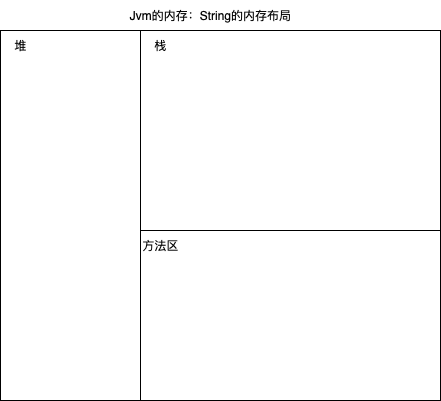
Before: drawio/StringMemory.png, a diagram exported from draw.io (Stolorzs/Picgo). Source tidied: cells renumbered, new cells last; positions are measured from the earlier drawing's top-left corner, leaving out a move shared by most shapes.
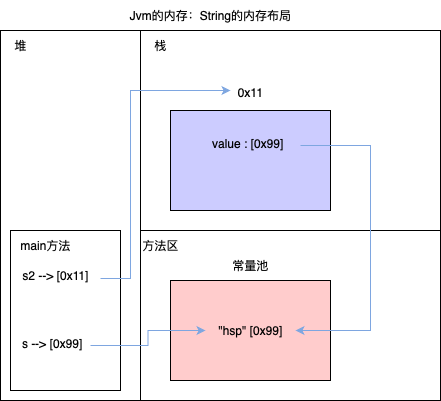
After the commit.

What changed in the source:
```diff
@@ -23,5 +23,55 @@
     <mxCell id="8" value="方法区" style="text;html=1;align=center;verticalAlign=middle;strokeColor=none;fillColor=none;" parent="1" vertex="1">
       <mxGeometry x="130" y="230" width="60" height="30" as="geometry" />
     </mxCell>
+    <mxCell id="9" style="rounded=0;whiteSpace=wrap;html=1;shadow=0;fillColor=#CCCCFF;" parent="1" vertex="1">
+      <mxGeometry x="170" y="110" width="160" height="100" as="geometry" />
+    </mxCell>
+    <mxCell id="10" style="rounded=0;whiteSpace=wrap;html=1;shadow=0;fillColor=#FFCCCC;" parent="1" vertex="1">
+      <mxGeometry x="170" y="280" width="160" height="100" as="geometry" />
+    </mxCell>
+    <mxCell id="11" value="0x11" style="text;html=1;align=center;verticalAlign=middle;strokeColor=none;fillColor=none;" parent="1" vertex="1">
+      <mxGeometry x="225" y="77" width="50" height="30" as="geometry" />
+    </mxCell>
+    <mxCell id="12" value="&lt;div style=&quot;caret-color: rgb(0, 0, 0); color: rgb(0, 0, 0); font-family: Helvetica; font-size: 12px; font-style: normal; font-variant-caps: normal; font-weight: 400; letter-spacing: normal; orphans: auto; text-align: center; text-indent: 0px; text-transform: none; white-space: nowrap; widows: auto; word-spacing: 0px; -webkit-text-stroke-width: 0px; text-decoration: none;&quot;&gt;&lt;br&gt;&lt;/div&gt;" style="rounded=0;whiteSpace=wrap;html=1;" parent="1" vertex="1">
+      <mxGeometry x="10" y="230" width="110" height="160" as="geometry" />
+    </mxCell>
+    <mxCell id="13" value="main方法" style="text;html=1;align=center;verticalAlign=middle;strokeColor=none;fillColor=none;" parent="1" vertex="1">
+      <mxGeometry x="10" y="230" width="70" height="30" as="geometry" />
+    </mxCell>
+    <mxCell id="14" style="edgeStyle=orthogonalEdgeStyle;rounded=0;jettySize=auto;html=1;strokeColor=#7EA6E0;" parent="1" edge="1" source="15">
+      <mxGeometry relative="1" as="geometry">
+        <mxPoint x="230" y="90" as="targetPoint" />
+        <Array as="points">
+          <mxPoint x="130" y="278" />
+          <mxPoint x="130" y="90" />
+        </Array>
+      </mxGeometry>
+    </mxCell>
+    <mxCell id="15" value="s2 --&amp;gt; [0x11]" style="text;html=1;align=center;verticalAlign=middle;points=[];strokeColor=none;fillColor=none;" parent="1" vertex="1">
+      <mxGeometry x="10" y="260" width="90" height="30" as="geometry" />
+    </mxCell>
+    <mxCell id="16" value="常量池" style="text;html=1;align=center;verticalAlign=middle;strokeColor=none;fillColor=none;" parent="1" vertex="1">
+      <mxGeometry x="220" y="250" width="60" height="30" as="geometry" />
+    </mxCell>
+    <mxCell id="17" value="&quot;hsp&quot; [0x99]" style="text;html=1;align=center;verticalAlign=middle;points=[];strokeColor=none;fillColor=none;" parent="1" vertex="1">
+      <mxGeometry x="205" y="315" width="90" height="30" as="geometry" />
+    </mxCell>
+    <mxCell id="18" style="edgeStyle=orthogonalEdgeStyle;rounded=0;jettySize=auto;html=1;strokeColor=#7EA6E0;" parent="1" edge="1" source="19" target="17">
+      <mxGeometry relative="1" as="geometry" />
+    </mxCell>
+    <mxCell id="19" value="&lt;div style=&quot;caret-color: rgb(0, 0, 0); color: rgb(0, 0, 0); font-family: Helvetica; font-size: 12px; font-style: normal; font-variant-caps: normal; font-weight: 400; letter-spacing: normal; orphans: auto; text-align: center; text-indent: 0px; text-transform: none; white-space: nowrap; widows: auto; word-spacing: 0px; -webkit-text-stroke-width: 0px; text-decoration: none;&quot;&gt;s --&amp;gt; [0x99]&lt;br&gt;&lt;/div&gt;" style="text;whiteSpace=wrap;html=1;" parent="1" vertex="1">
+      <mxGeometry x="20" y="330" width="70" height="30" as="geometry" />
+    </mxCell>
+    <mxCell id="20" style="edgeStyle=orthogonalEdgeStyle;rounded=0;jettySize=auto;html=1;exitX=1;exitY=0.5;exitDx=0;exitDy=0;strokeColor=#7EA6E0;" parent="1" edge="1" source="21" target="17">
+      <mxGeometry relative="1" as="geometry">
+        <Array as="points">
+          <mxPoint x="370" y="145" />
+          <mxPoint x="370" y="330" />
+        </Array>
+      </mxGeometry>
+    </mxCell>
+    <mxCell id="21" value="&lt;div style=&quot;caret-color: rgb(0, 0, 0); color: rgb(0, 0, 0); font-family: Helvetica; font-size: 12px; font-style: normal; font-variant-caps: normal; font-weight: 400; letter-spacing: normal; orphans: auto; text-align: center; text-indent: 0px; text-transform: none; white-space: nowrap; widows: auto; word-spacing: 0px; -webkit-text-stroke-width: 0px; text-decoration: none;&quot;&gt;value : [0x99]&lt;/div&gt;" style="text;whiteSpace=wrap;html=1;" parent="1" vertex="1">
+      <mxGeometry x="210" y="130" width="90" height="30" as="geometry" />
+    </mxCell>
   </root>
 </mxGraphModel>
```
